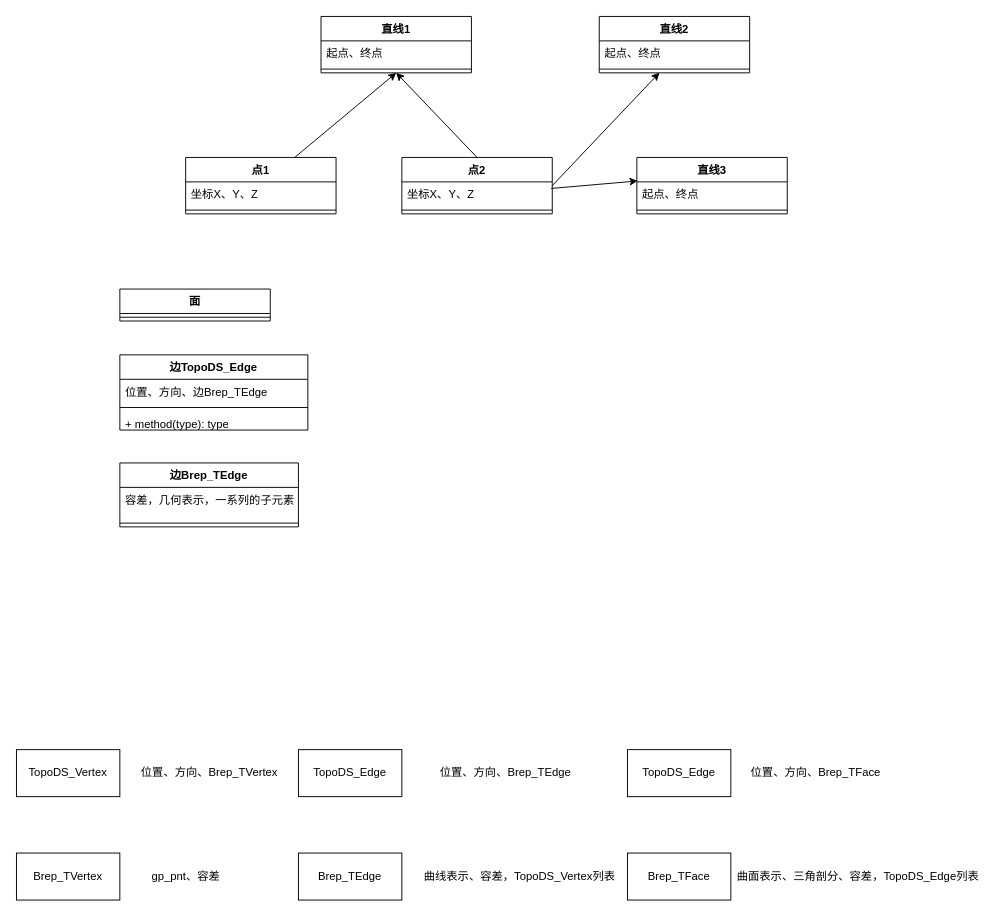
Before: 未命名绘图.drawio in liuhuliuhu123/-C-, a draw.io diagram. Source tidied: cells renumbered, new cells numbered last; positions are measured from the earlier drawing's top-left corner, leaving out a move shared by most shapes. Both pictures are drawn from the tidied source at 94%, with x=0, y=0 at pixel (16, 16).
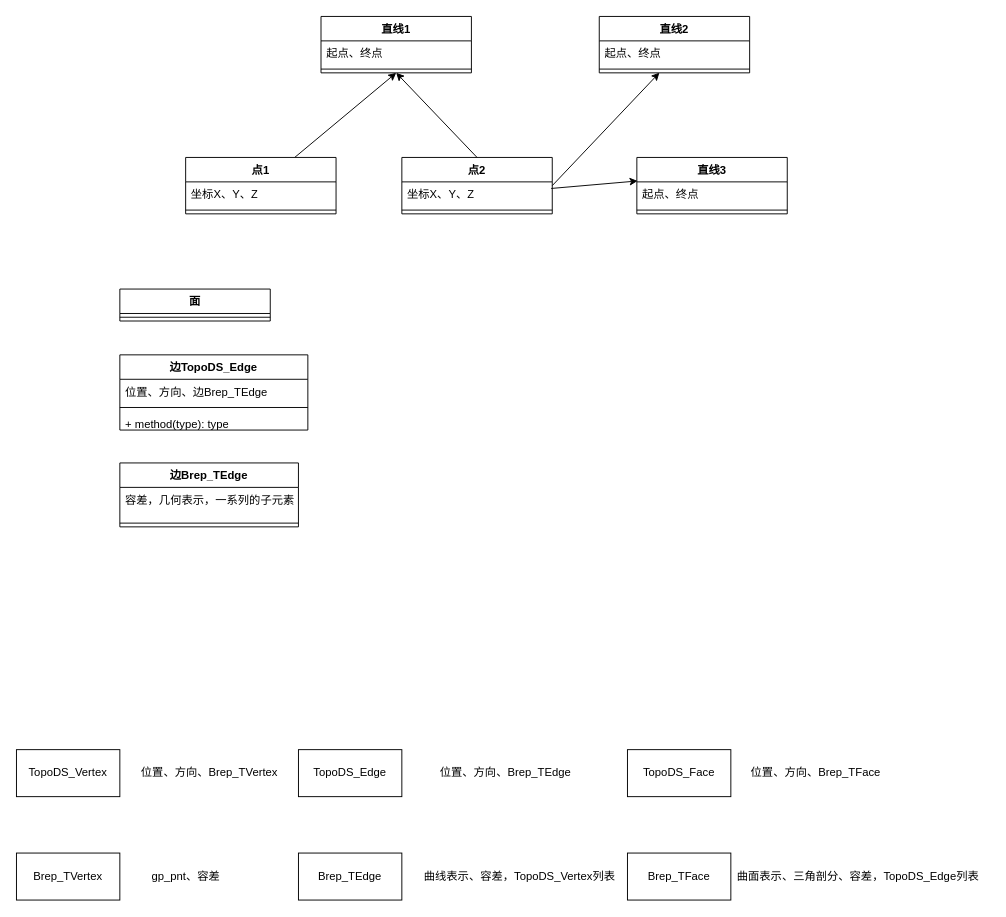
The same diagram, later.

Commit message (it also covers changes not shown here):
更新未命名绘图.drawio

The edit, as a diff of the source:
```diff
@@
-    <mxCell id="38" value="TopoDS_Edge" style="html=1;whiteSpace=wrap;" parent="1" vertex="1">
+    <mxCell id="38" value="TopoDS_Face" style="html=1;whiteSpace=wrap;" parent="1" vertex="1">
       <mxGeometry x="650" y="780" width="110" height="50" as="geometry" />
     </mxCell>
```
